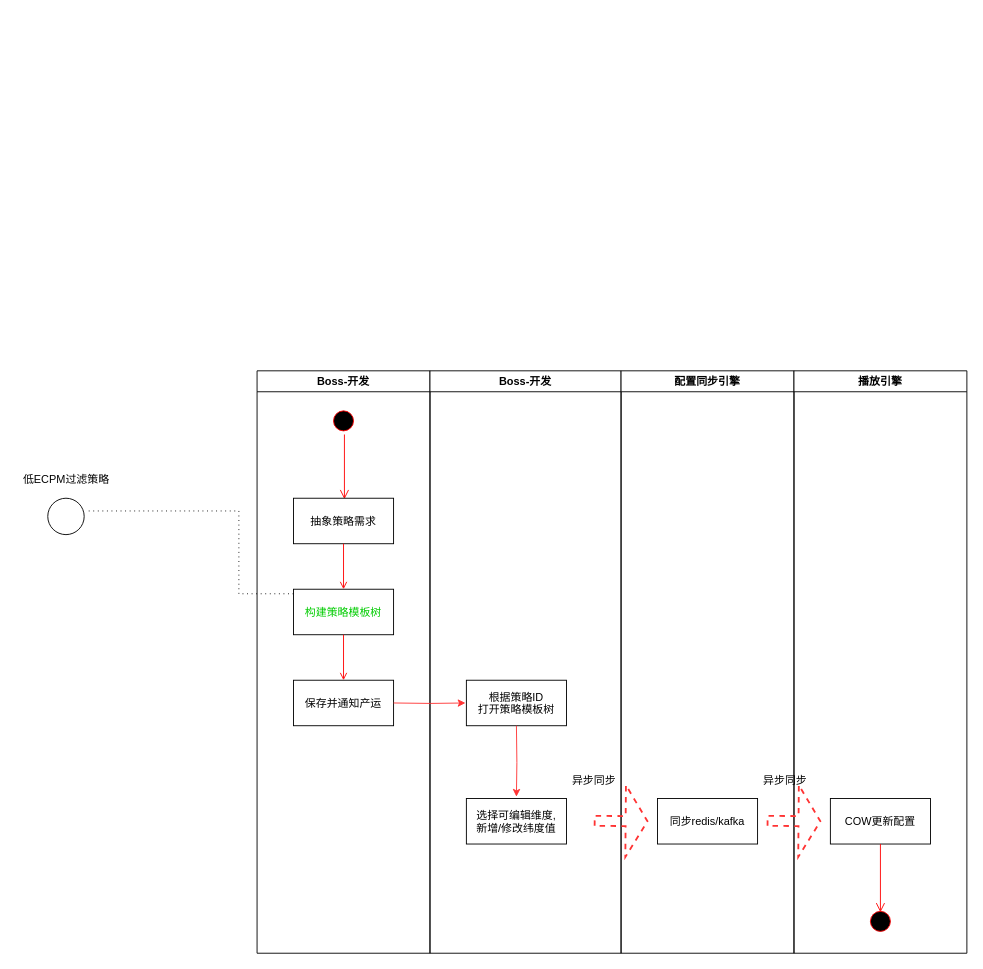
This is universal-engine/boss_configuration.drawio from karlchan-cn/drawio-repository, a draw.io file, before an edit. Source tidied: cells renumbered, new cells numbered last; positions are measured from the earlier drawing's top-left corner, leaving out a move shared by most shapes. Both pictures are drawn from the tidied source at 91%, with x=0, y=0 at pixel (15, 370).
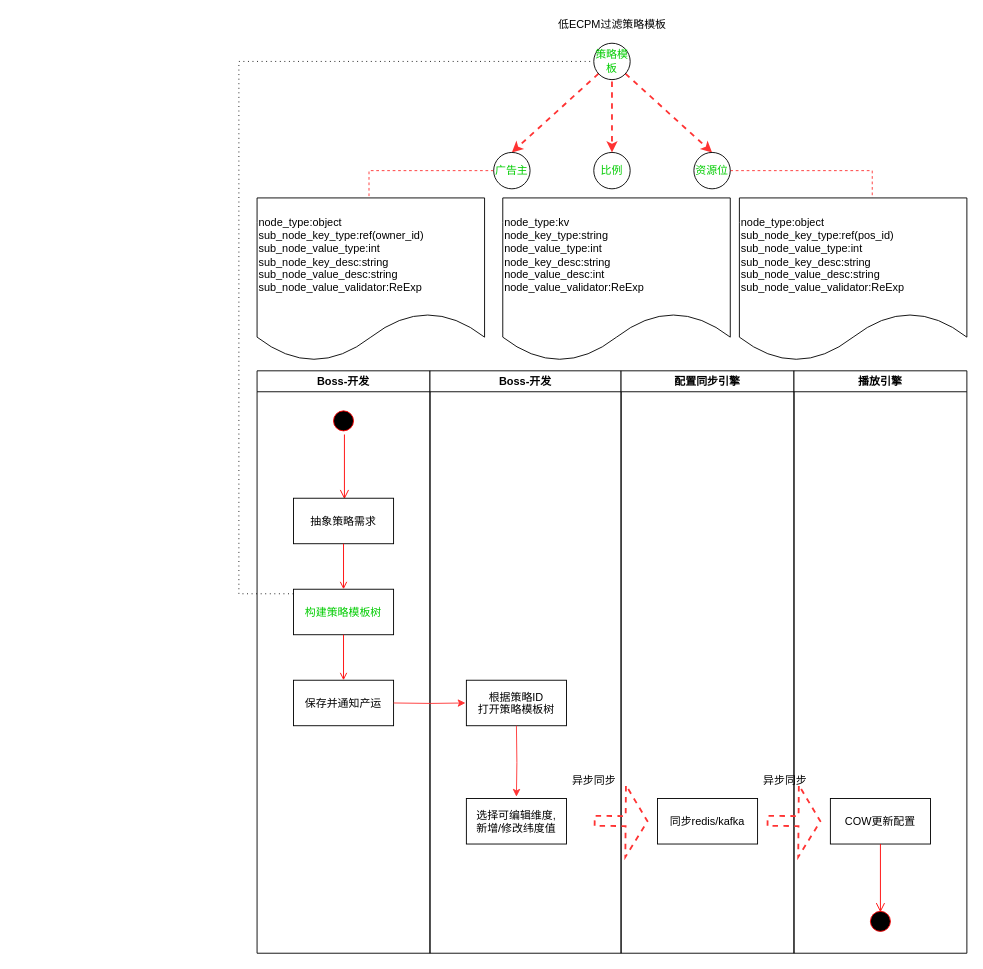
After the change.

The change refers to these unchanged cells:
```xml
<mxCell id="6" value="构建策略模板树" style="fontColor=#00CC00;" parent="2" vertex="1">
  <mxGeometry x="40" y="240" width="110" height="50" as="geometry" />
</mxCell>
```

Change to the diagram source:
```diff
@@
+    <mxCell id="28" style="rounded=0;jettySize=auto;html=1;entryX=0.5;entryY=0;entryDx=0;entryDy=0;dashed=1;strokeColor=#FF3333;strokeWidth=2;" parent="1" edge="1" source="10" target="31">
+      <mxGeometry relative="1" as="geometry" />
+    </mxCell>
+    <mxCell id="29" style="edgeStyle=none;rounded=0;jettySize=auto;html=1;entryX=0.5;entryY=0;entryDx=0;entryDy=0;dashed=1;strokeColor=#FF3333;strokeWidth=2;" parent="1" edge="1" source="10" target="33">
+      <mxGeometry relative="1" as="geometry" />
+    </mxCell>
-    <mxCell id="10" style="ellipse;whiteSpace=wrap;html=1;fontColor=#00CC00;" parent="1" vertex="1">
-      <mxGeometry x="35" y="140" width="40" height="40" as="geometry" />
+    <mxCell id="10" value="策略模板" style="ellipse;whiteSpace=wrap;html=1;fontColor=#00CC00;" parent="1" vertex="1">
+      <mxGeometry x="635" y="-360" width="40" height="40" as="geometry" />
     </mxCell>
-    <mxCell id="11" value="低ECPM过滤策略" style="text;html=1;align=center;verticalAlign=middle;strokeColor=none;fillColor=none;fontColor=#000000;" parent="1" vertex="1">
-      <mxGeometry y="110" width="110" height="20" as="geometry" />
+    <mxCell id="11" value="低ECPM过滤策略模板" style="text;html=1;align=center;verticalAlign=middle;strokeColor=none;fillColor=none;fontColor=#000000;" parent="1" vertex="1">
+      <mxGeometry x="590" y="-390" width="130" height="20" as="geometry" />
     </mxCell>
-    <mxCell id="12" style="edgeStyle=orthogonalEdgeStyle;rounded=0;jettySize=auto;html=1;entryX=1.025;entryY=0.35;entryDx=0;entryDy=0;entryPerimeter=0;fontColor=#000000;strokeColor=#000000;endArrow=none;endFill=0;dashed=1;dashPattern=1 4;" parent="1" edge="1" source="6" target="10">
+    <mxCell id="12" style="edgeStyle=orthogonalEdgeStyle;rounded=0;jettySize=auto;html=1;entryX=0;entryY=0.5;entryDx=0;entryDy=0;fontColor=#000000;strokeColor=#000000;endArrow=none;endFill=0;dashed=1;dashPattern=1 4;" parent="1" edge="1" source="6" target="10">
       <mxGeometry relative="1" as="geometry">
         <Array as="points">
           <mxPoint x="245" y="245" />
-          <mxPoint x="245" y="154" />
+          <mxPoint x="245" y="-340" />
         </Array>
       </mxGeometry>
     </mxCell>
@@
+    <mxCell id="30" style="edgeStyle=orthogonalEdgeStyle;rounded=0;jettySize=auto;html=1;dashed=1;strokeColor=#FF3333;strokeWidth=1;entryX=0.492;entryY=0;entryDx=0;entryDy=0;entryPerimeter=0;endArrow=none;endFill=0;" parent="1" edge="1" source="31" target="34">
+      <mxGeometry relative="1" as="geometry">
+        <Array as="points">
+          <mxPoint x="388" y="-220" />
+        </Array>
+      </mxGeometry>
+    </mxCell>
+    <mxCell id="31" value="广告主" style="ellipse;whiteSpace=wrap;html=1;fontColor=#00CC00;" parent="1" vertex="1">
+      <mxGeometry x="525" y="-240" width="40" height="40" as="geometry" />
+    </mxCell>
+    <mxCell id="32" style="edgeStyle=orthogonalEdgeStyle;rounded=0;jettySize=auto;html=1;dashed=1;endArrow=none;endFill=0;strokeColor=#FF3333;strokeWidth=1;entryX=0.572;entryY=0.006;entryDx=0;entryDy=0;entryPerimeter=0;" parent="1" edge="1" source="33" target="35">
+      <mxGeometry relative="1" as="geometry">
+        <Array as="points">
+          <mxPoint x="941" y="-220" />
+          <mxPoint x="941" y="-189" />
+        </Array>
+      </mxGeometry>
+    </mxCell>
+    <mxCell id="33" value="资源位" style="ellipse;whiteSpace=wrap;html=1;fontColor=#00CC00;" parent="1" vertex="1">
+      <mxGeometry x="745" y="-240" width="40" height="40" as="geometry" />
+    </mxCell>
+    <mxCell id="34" value="node_type:object&lt;br&gt;sub_node_key_type:ref(owner_id)&lt;br&gt;sub_node_value_type:int&lt;br&gt;sub_node_key_desc:string&lt;br&gt;sub_node_value_desc:string&lt;br&gt;sub_node_value_validator:ReExp" style="shape=document;whiteSpace=wrap;html=1;boundedLbl=1;align=left;" parent="1" vertex="1">
+      <mxGeometry x="265" y="-190" width="250" height="180" as="geometry" />
+    </mxCell>
+    <mxCell id="35" value="node_type:object&lt;br&gt;sub_node_key_type:ref(pos_id)&lt;br&gt;sub_node_value_type:int&lt;br&gt;sub_node_key_desc:string&lt;br&gt;sub_node_value_desc:string&lt;br&gt;sub_node_value_validator:ReExp" style="shape=document;whiteSpace=wrap;html=1;boundedLbl=1;align=left;" parent="1" vertex="1">
+      <mxGeometry x="795" y="-190" width="250" height="180" as="geometry" />
+    </mxCell>
+    <mxCell id="36" value="比例" style="ellipse;whiteSpace=wrap;html=1;fontColor=#00CC00;" parent="1" vertex="1">
+      <mxGeometry x="635" y="-240" width="40" height="40" as="geometry" />
+    </mxCell>
+    <mxCell id="37" style="edgeStyle=none;rounded=0;jettySize=auto;html=1;entryX=0.5;entryY=0;entryDx=0;entryDy=0;dashed=1;strokeColor=#FF3333;strokeWidth=2;" parent="1" edge="1" target="36">
+      <mxGeometry relative="1" as="geometry">
+        <mxPoint x="655" y="-318" as="sourcePoint" />
+      </mxGeometry>
+    </mxCell>
+    <mxCell id="38" value="node_type:kv&lt;br&gt;node_key_type:string&lt;br&gt;node_value_type:int&lt;br&gt;node_key_desc:string&lt;br&gt;node_value_desc:int&lt;br&gt;node_value_validator:ReExp" style="shape=document;whiteSpace=wrap;html=1;boundedLbl=1;align=left;" parent="1" vertex="1">
+      <mxGeometry x="535" y="-190" width="250" height="180" as="geometry" />
+    </mxCell>
```
